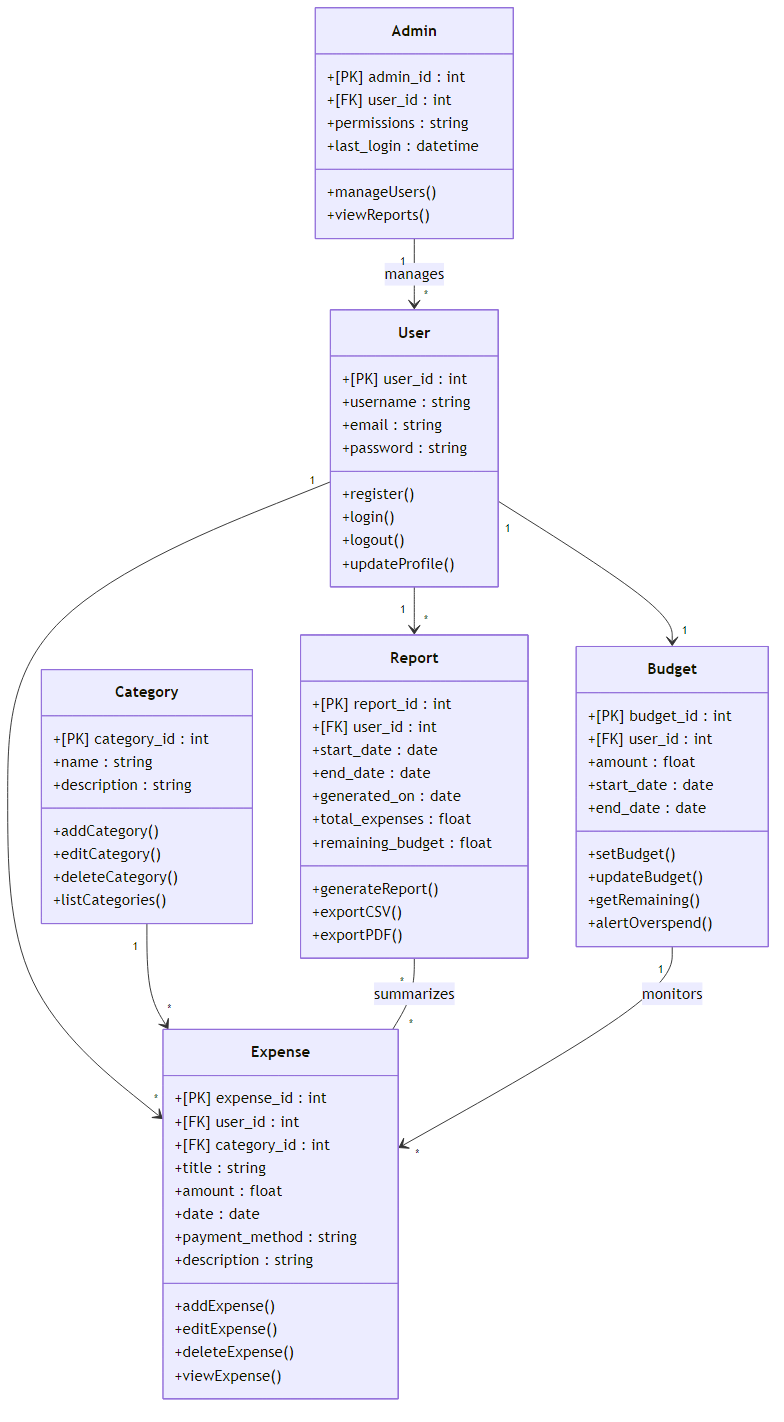
Before: class.png, a diagram exported from Mermaid (parth-trivedi-12/personal-expense-tracker1). Its source is kept beside it as class.mmd. Its diagram source:
```mermaid
classDiagram
    direction TB

    class User {
        +[PK] user_id : int
        +username : string
        +email : string
        +password : string

        +register()
        +login()
        +logout()
        +updateProfile()
    }

    class Admin {
        +[PK] admin_id : int
        +[FK] user_id : int
        +permissions : string
        +last_login : datetime

        +manageUsers()
        +viewReports()
    }

    class Expense {
        +[PK] expense_id : int
        +[FK] user_id : int
        +[FK] category_id : int
        +title : string
        +amount : float
        +date : date
        +payment_method : string
        +description : string

        +addExpense()
        +editExpense()
        +deleteExpense()
        +viewExpense()
    }

    class Category {
        +[PK] category_id : int
        +name : string
        +description : string

        +addCategory()
        +editCategory()
        +deleteCategory()
        +listCategories()
    }

    class Budget {
        +[PK] budget_id : int
        +[FK] user_id : int
        +amount : float
        +start_date : date
        +end_date : date

        +setBudget()
        +updateBudget()
        +getRemaining()
        +alertOverspend()
    }

    class Report {
        +[PK] report_id : int
        +[FK] user_id : int
        +start_date : date
        +end_date : date
        +generated_on : date
        +total_expenses : float
        +remaining_budget : float

        +generateReport()
        +exportCSV()
        +exportPDF()
    }

    User "1" --> "*" Expense
    Category "1" --> "*" Expense
    User "1" --> "1" Budget
    User "1" --> "*" Report
    Admin "1" --> "*" User : manages
    Report "*" -- "*" Expense : summarizes
    Budget "1" --> "1..*" Expense : monitors
```
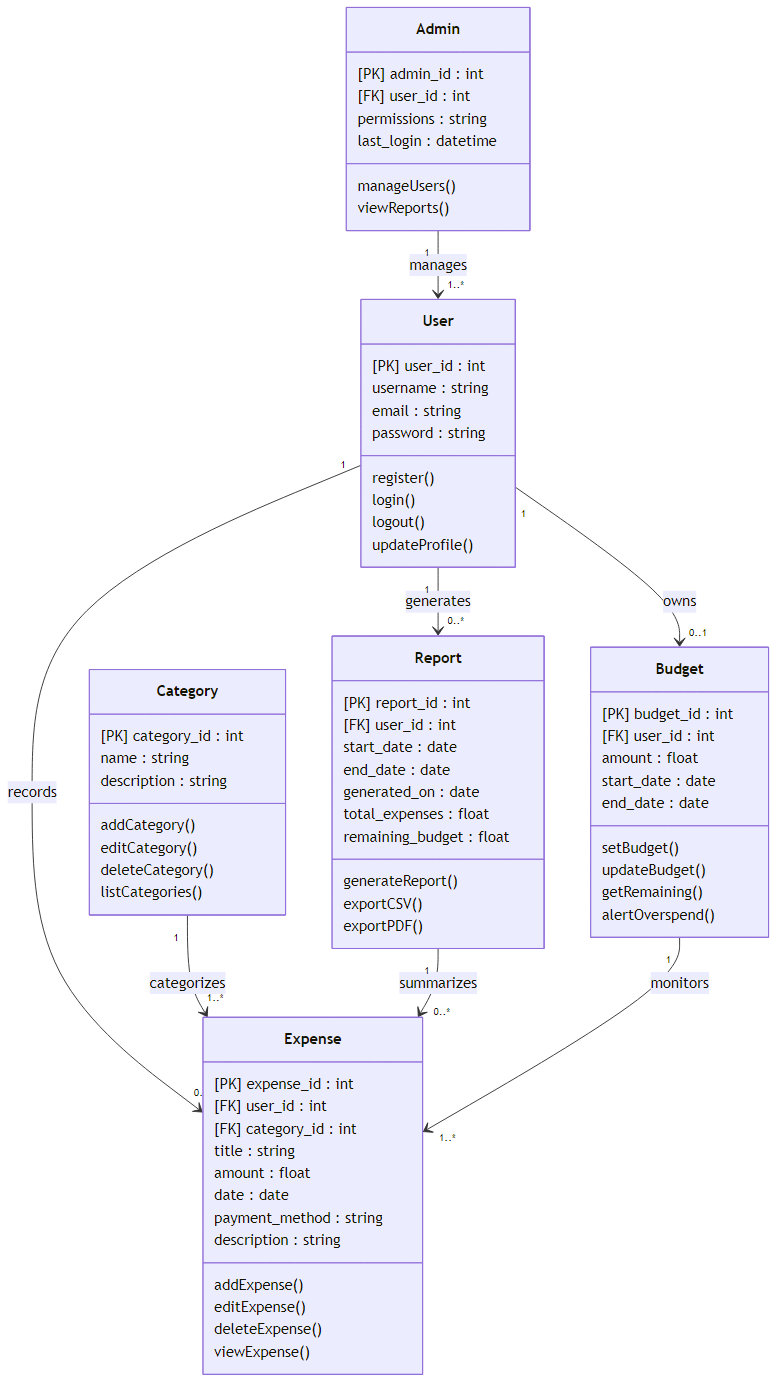
Later version of the same file.

Change to the diagram source:
```diff
@@ -2,85 +2,85 @@
     direction TB
 
     class User {
-        +[PK] user_id : int
-        +username : string
-        +email : string
-        +password : string
+        [PK] user_id : int
+        username : string
+        email : string
+        password : string
 
-        +register()
-        +login()
-        +logout()
-        +updateProfile()
+        register()
+        login()
+        logout()
+        updateProfile()
     }
 
     class Admin {
-        +[PK] admin_id : int
-        +[FK] user_id : int
-        +permissions : string
-        +last_login : datetime
+        [PK] admin_id : int
+        [FK] user_id : int
+        permissions : string
+        last_login : datetime
 
-        +manageUsers()
-        +viewReports()
+        manageUsers()
+        viewReports()
     }
 
     class Expense {
-        +[PK] expense_id : int
-        +[FK] user_id : int
-        +[FK] category_id : int
-        +title : string
-        +amount : float
-        +date : date
-        +payment_method : string
-        +description : string
+        [PK] expense_id : int
+        [FK] user_id : int
+        [FK] category_id : int
+        title : string
+        amount : float
+        date : date
+        payment_method : string
+        description : string
 
-        +addExpense()
-        +editExpense()
-        +deleteExpense()
-        +viewExpense()
+        addExpense()
+        editExpense()
+        deleteExpense()
+        viewExpense()
     }
 
     class Category {
-        +[PK] category_id : int
-        +name : string
-        +description : string
+        [PK] category_id : int
+        name : string
+        description : string
 
-        +addCategory()
-        +editCategory()
-        +deleteCategory()
-        +listCategories()
+        addCategory()
+        editCategory()
+        deleteCategory()
+        listCategories()
     }
 
     class Budget {
-        +[PK] budget_id : int
-        +[FK] user_id : int
-        +amount : float
-        +start_date : date
-        +end_date : date
+        [PK] budget_id : int
+        [FK] user_id : int
+        amount : float
+        start_date : date
+        end_date : date
 
-        +setBudget()
-        +updateBudget()
-        +getRemaining()
-        +alertOverspend()
+        setBudget()
+        updateBudget()
+        getRemaining()
+        alertOverspend()
     }
 
     class Report {
-        +[PK] report_id : int
-        +[FK] user_id : int
-        +start_date : date
-        +end_date : date
-        +generated_on : date
-        +total_expenses : float
-        +remaining_budget : float
+        [PK] report_id : int
+        [FK] user_id : int
+        start_date : date
+        end_date : date
+        generated_on : date
+        total_expenses : float
+        remaining_budget : float
 
-        +generateReport()
-        +exportCSV()
-        +exportPDF()
+        generateReport()
+        exportCSV()
+        exportPDF()
     }
 
-    User "1" --> "*" Expense
-    Category "1" --> "*" Expense
-    User "1" --> "1" Budget
-    User "1" --> "*" Report
-    Admin "1" --> "*" User : manages
-    Report "*" -- "*" Expense : summarizes
+    User "1" --> "0..*" Expense : records
+    Category "1" --> "1..*" Expense : categorizes
+    User "1" --> "0..1" Budget : owns
+    User "1" --> "0..*" Report : generates
+    Admin "1" --> "1..*" User : manages
+    Report "1" --> "0..*" Expense : summarizes
     Budget "1" --> "1..*" Expense : monitors
```
